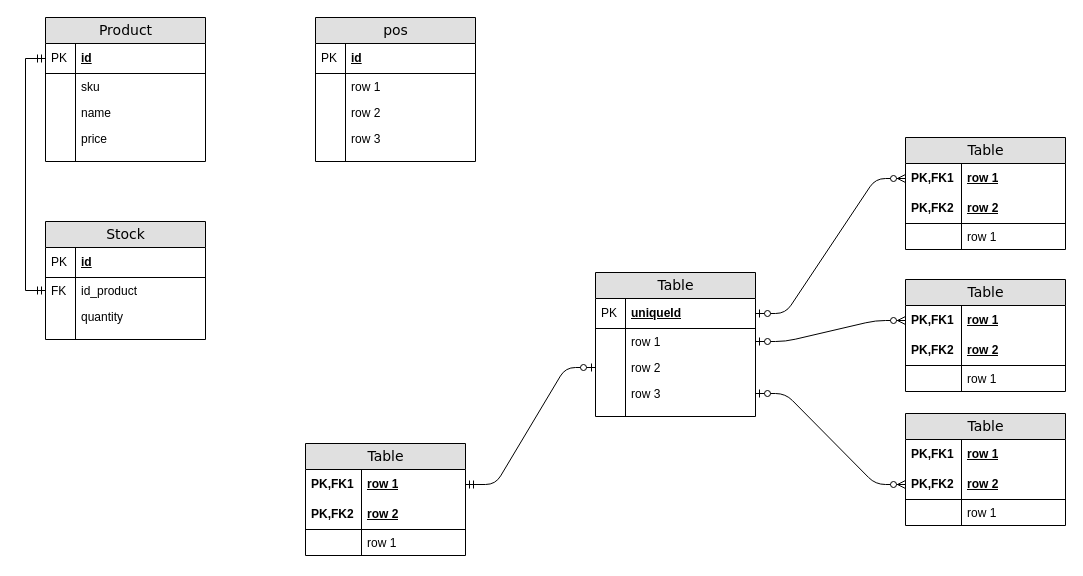
yogiprsetya/app.diagrams.net keeps this draw.io diagram as UMKM-toolkit.drawio. Above is the earlier version. Source tidied: cells renumbered, new cells numbered last; positions are measured from the earlier drawing's top-left corner, leaving out a move shared by most shapes. Both pictures are drawn from the tidied source at 100%, with x=0, y=0 at pixel (45, 17).
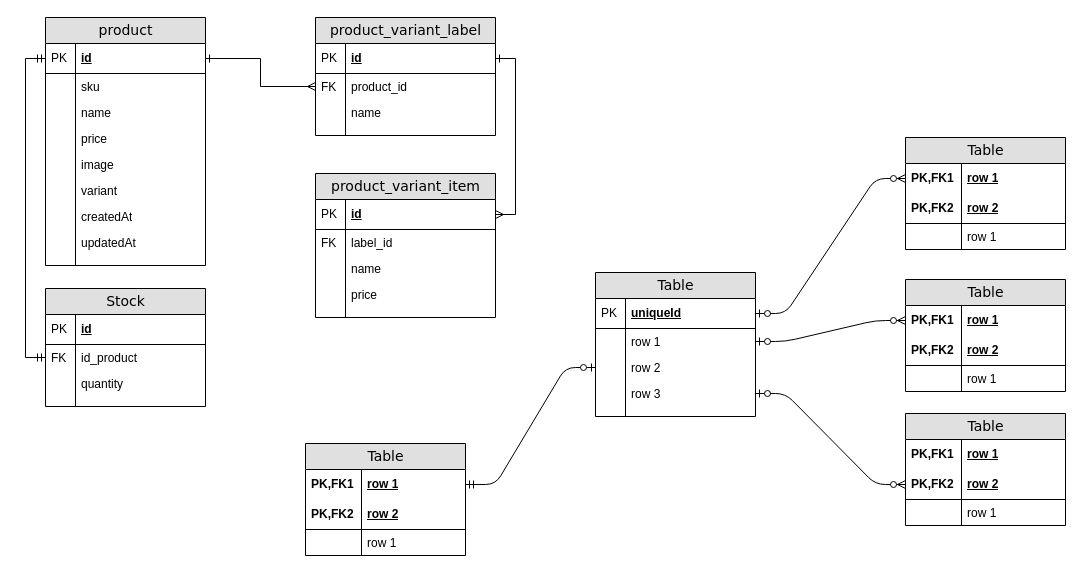
The same page after the edit.

Unchanged cells that the change refers to:
```xml
<mxCell id="14" value="id" style="shape=partialRectangle;top=0;left=0;right=0;bottom=1;html=1;align=left;verticalAlign=middle;fillColor=none;spacingLeft=34;spacingRight=4;whiteSpace=wrap;overflow=hidden;points=[[0,0.5],[1,0.5]];portConstraint=eastwest;fontStyle=5;" parent="13" vertex="1">
  <mxGeometry y="26" width="160" height="30" as="geometry" />
</mxCell>
```

Diff of the diagram source:
```diff
@@
-    <mxCell id="2" value="pos" style="swimlane;html=1;fontStyle=0;horizontal=1;startSize=26;fillColor=#e0e0e0;swimlaneFillColor=#ffffff;align=center;rounded=0;shadow=0;comic=0;labelBackgroundColor=none;strokeWidth=1;fontFamily=Verdana;fontSize=14;swimlaneLine=1;" parent="1" vertex="1">
-      <mxGeometry x="270" width="160" height="144" as="geometry" />
+    <mxCell id="2" value="product_variant_label" style="swimlane;html=1;fontStyle=0;horizontal=1;startSize=26;fillColor=#e0e0e0;swimlaneFillColor=#ffffff;align=center;rounded=0;shadow=0;comic=0;labelBackgroundColor=none;strokeWidth=1;fontFamily=Verdana;fontSize=14;swimlaneLine=1;" parent="1" vertex="1">
+      <mxGeometry x="270" width="180" height="118" as="geometry" />
     </mxCell>
     <mxCell id="3" value="id" style="shape=partialRectangle;top=0;left=0;right=0;bottom=1;html=1;align=left;verticalAlign=middle;fillColor=none;spacingLeft=34;spacingRight=4;whiteSpace=wrap;overflow=hidden;points=[[0,0.5],[1,0.5]];portConstraint=eastwest;fontStyle=5;" parent="2" vertex="1">
-      <mxGeometry y="26" width="160" height="30" as="geometry" />
+      <mxGeometry y="26" width="180" height="30" as="geometry" />
     </mxCell>
@@
-    <mxCell id="5" value="row 1" style="shape=partialRectangle;top=0;left=0;right=0;bottom=0;html=1;align=left;verticalAlign=top;fillColor=none;spacingLeft=34;spacingRight=4;whiteSpace=wrap;overflow=hidden;points=[[0,0.5],[1,0.5]];portConstraint=eastwest;" parent="2" vertex="1">
-      <mxGeometry y="56" width="160" height="26" as="geometry" />
+    <mxCell id="5" value="product_id " style="shape=partialRectangle;top=0;left=0;right=0;bottom=0;html=1;align=left;verticalAlign=top;fillColor=none;spacingLeft=34;spacingRight=4;whiteSpace=wrap;overflow=hidden;points=[[0,0.5],[1,0.5]];portConstraint=eastwest;" parent="2" vertex="1">
+      <mxGeometry y="56" width="180" height="26" as="geometry" />
     </mxCell>
-    <mxCell id="6" style="shape=partialRectangle;top=0;left=0;bottom=0;html=1;fillColor=none;align=left;verticalAlign=top;spacingLeft=4;spacingRight=4;whiteSpace=wrap;overflow=hidden;" parent="5" vertex="1">
+    <mxCell id="6" value="FK" style="shape=partialRectangle;top=0;left=0;bottom=0;html=1;fillColor=none;align=left;verticalAlign=top;spacingLeft=4;spacingRight=4;whiteSpace=wrap;overflow=hidden;" parent="5" vertex="1">
       <mxGeometry width="30" height="26" as="geometry" />
     </mxCell>
-    <mxCell id="7" value="row 2" style="shape=partialRectangle;top=0;left=0;right=0;bottom=0;html=1;align=left;verticalAlign=top;fillColor=none;spacingLeft=34;spacingRight=4;whiteSpace=wrap;overflow=hidden;" parent="2" vertex="1">
-      <mxGeometry y="82" width="160" height="26" as="geometry" />
+    <mxCell id="7" value="name" style="shape=partialRectangle;top=0;left=0;right=0;bottom=0;html=1;align=left;verticalAlign=top;fillColor=none;spacingLeft=34;spacingRight=4;whiteSpace=wrap;overflow=hidden;" parent="2" vertex="1">
+      <mxGeometry y="82" width="180" height="26" as="geometry" />
     </mxCell>
@@
-    <mxCell id="9" value="row 3" style="shape=partialRectangle;top=0;left=0;right=0;bottom=0;html=1;align=left;verticalAlign=top;fillColor=none;spacingLeft=34;spacingRight=4;whiteSpace=wrap;overflow=hidden;" parent="2" vertex="1">
-      <mxGeometry y="108" width="160" height="26" as="geometry" />
-    </mxCell>
-    <mxCell id="10" style="shape=partialRectangle;top=0;left=0;bottom=0;html=1;fillColor=none;align=left;verticalAlign=top;spacingLeft=4;spacingRight=4;whiteSpace=wrap;overflow=hidden;" parent="9" vertex="1">
-      <mxGeometry width="30" height="26" as="geometry" />
-    </mxCell>
     <mxCell id="11" style="shape=partialRectangle;top=0;left=0;right=0;bottom=0;html=1;align=left;verticalAlign=top;fillColor=none;spacingLeft=34;spacingRight=4;whiteSpace=wrap;overflow=hidden;" parent="2" vertex="1">
-      <mxGeometry y="134" width="160" height="10" as="geometry" />
+      <mxGeometry y="108" width="180" height="10" as="geometry" />
     </mxCell>
@@
-    <mxCell id="13" value="Product" style="swimlane;html=1;fontStyle=0;horizontal=1;startSize=26;fillColor=#e0e0e0;swimlaneFillColor=#ffffff;align=center;rounded=0;shadow=0;comic=0;labelBackgroundColor=none;strokeWidth=1;fontFamily=Verdana;fontSize=14;" parent="1" vertex="1">
-      <mxGeometry width="160" height="144" as="geometry" />
+    <mxCell id="13" value="product" style="swimlane;html=1;fontStyle=0;horizontal=1;startSize=26;fillColor=#e0e0e0;swimlaneFillColor=#ffffff;align=center;rounded=0;shadow=0;comic=0;labelBackgroundColor=none;strokeWidth=1;fontFamily=Verdana;fontSize=14;" parent="1" vertex="1">
+      <mxGeometry width="160" height="248" as="geometry" />
     </mxCell>
@@
+    <mxCell id="77" value="image" style="shape=partialRectangle;top=0;left=0;right=0;bottom=0;html=1;align=left;verticalAlign=top;fillColor=none;spacingLeft=34;spacingRight=4;whiteSpace=wrap;overflow=hidden;" parent="13" vertex="1">
+      <mxGeometry y="134" width="160" height="26" as="geometry" />
+    </mxCell>
+    <mxCell id="78" style="shape=partialRectangle;top=0;left=0;bottom=0;html=1;fillColor=none;align=left;verticalAlign=top;spacingLeft=4;spacingRight=4;whiteSpace=wrap;overflow=hidden;" parent="77" vertex="1">
+      <mxGeometry width="30" height="26" as="geometry" />
+    </mxCell>
+    <mxCell id="79" value="variant" style="shape=partialRectangle;top=0;left=0;right=0;bottom=0;html=1;align=left;verticalAlign=top;fillColor=none;spacingLeft=34;spacingRight=4;whiteSpace=wrap;overflow=hidden;" parent="13" vertex="1">
+      <mxGeometry y="160" width="160" height="26" as="geometry" />
+    </mxCell>
+    <mxCell id="80" style="shape=partialRectangle;top=0;left=0;bottom=0;html=1;fillColor=none;align=left;verticalAlign=top;spacingLeft=4;spacingRight=4;whiteSpace=wrap;overflow=hidden;" parent="79" vertex="1">
+      <mxGeometry width="30" height="26" as="geometry" />
+    </mxCell>
+    <mxCell id="81" value="createdAt" style="shape=partialRectangle;top=0;left=0;right=0;bottom=0;html=1;align=left;verticalAlign=top;fillColor=none;spacingLeft=34;spacingRight=4;whiteSpace=wrap;overflow=hidden;" parent="13" vertex="1">
+      <mxGeometry y="186" width="160" height="26" as="geometry" />
+    </mxCell>
+    <mxCell id="82" style="shape=partialRectangle;top=0;left=0;bottom=0;html=1;fillColor=none;align=left;verticalAlign=top;spacingLeft=4;spacingRight=4;whiteSpace=wrap;overflow=hidden;" parent="81" vertex="1">
+      <mxGeometry width="30" height="26" as="geometry" />
+    </mxCell>
+    <mxCell id="83" value="updatedAt" style="shape=partialRectangle;top=0;left=0;right=0;bottom=0;html=1;align=left;verticalAlign=top;fillColor=none;spacingLeft=34;spacingRight=4;whiteSpace=wrap;overflow=hidden;" parent="13" vertex="1">
+      <mxGeometry y="212" width="160" height="26" as="geometry" />
+    </mxCell>
+    <mxCell id="84" style="shape=partialRectangle;top=0;left=0;bottom=0;html=1;fillColor=none;align=left;verticalAlign=top;spacingLeft=4;spacingRight=4;whiteSpace=wrap;overflow=hidden;" parent="83" vertex="1">
+      <mxGeometry width="30" height="26" as="geometry" />
+    </mxCell>
     <mxCell id="22" style="shape=partialRectangle;top=0;left=0;right=0;bottom=0;html=1;align=left;verticalAlign=top;fillColor=none;spacingLeft=34;spacingRight=4;whiteSpace=wrap;overflow=hidden;" parent="13" vertex="1">
-      <mxGeometry y="134" width="160" height="10" as="geometry" />
+      <mxGeometry y="238" width="160" height="10" as="geometry" />
     </mxCell>
@@
     <mxCell id="67" value="Stock" style="swimlane;html=1;fontStyle=0;horizontal=1;startSize=26;fillColor=#e0e0e0;swimlaneFillColor=#ffffff;align=center;rounded=0;shadow=0;comic=0;labelBackgroundColor=none;strokeWidth=1;fontFamily=Verdana;fontSize=14;" parent="1" vertex="1">
-      <mxGeometry y="204" width="160" height="118" as="geometry" />
+      <mxGeometry y="271" width="160" height="118" as="geometry" />
     </mxCell>
@@
+    <mxCell id="85" value="product_variant_item" style="swimlane;html=1;fontStyle=0;horizontal=1;startSize=26;fillColor=#e0e0e0;swimlaneFillColor=#ffffff;align=center;rounded=0;shadow=0;comic=0;labelBackgroundColor=none;strokeWidth=1;fontFamily=Verdana;fontSize=14;swimlaneLine=1;" parent="1" vertex="1">
+      <mxGeometry x="270" y="156" width="180" height="144" as="geometry" />
+    </mxCell>
+    <mxCell id="86" value="id" style="shape=partialRectangle;top=0;left=0;right=0;bottom=1;html=1;align=left;verticalAlign=middle;fillColor=none;spacingLeft=34;spacingRight=4;whiteSpace=wrap;overflow=hidden;points=[[0,0.5],[1,0.5]];portConstraint=eastwest;fontStyle=5;" parent="85" vertex="1">
+      <mxGeometry y="26" width="180" height="30" as="geometry" />
+    </mxCell>
+    <mxCell id="87" value="PK" style="shape=partialRectangle;top=0;left=0;bottom=0;html=1;fillColor=none;align=left;verticalAlign=middle;spacingLeft=4;spacingRight=4;whiteSpace=wrap;overflow=hidden;" parent="86" vertex="1">
+      <mxGeometry width="30" height="30" as="geometry" />
+    </mxCell>
+    <mxCell id="88" value="label_id" style="shape=partialRectangle;top=0;left=0;right=0;bottom=0;html=1;align=left;verticalAlign=top;fillColor=none;spacingLeft=34;spacingRight=4;whiteSpace=wrap;overflow=hidden;" parent="85" vertex="1">
+      <mxGeometry y="56" width="180" height="26" as="geometry" />
+    </mxCell>
+    <mxCell id="89" value="FK" style="shape=partialRectangle;top=0;left=0;bottom=0;html=1;fillColor=none;align=left;verticalAlign=top;spacingLeft=4;spacingRight=4;whiteSpace=wrap;overflow=hidden;" parent="88" vertex="1">
+      <mxGeometry width="30" height="26" as="geometry" />
+    </mxCell>
+    <mxCell id="90" value="name" style="shape=partialRectangle;top=0;left=0;right=0;bottom=0;html=1;align=left;verticalAlign=top;fillColor=none;spacingLeft=34;spacingRight=4;whiteSpace=wrap;overflow=hidden;" parent="85" vertex="1">
+      <mxGeometry y="82" width="180" height="26" as="geometry" />
+    </mxCell>
+    <mxCell id="91" style="shape=partialRectangle;top=0;left=0;bottom=0;html=1;fillColor=none;align=left;verticalAlign=top;spacingLeft=4;spacingRight=4;whiteSpace=wrap;overflow=hidden;" parent="90" vertex="1">
+      <mxGeometry width="30" height="26" as="geometry" />
+    </mxCell>
+    <mxCell id="92" value="price" style="shape=partialRectangle;top=0;left=0;right=0;bottom=0;html=1;align=left;verticalAlign=top;fillColor=none;spacingLeft=34;spacingRight=4;whiteSpace=wrap;overflow=hidden;" parent="85" vertex="1">
+      <mxGeometry y="108" width="180" height="26" as="geometry" />
+    </mxCell>
+    <mxCell id="93" style="shape=partialRectangle;top=0;left=0;bottom=0;html=1;fillColor=none;align=left;verticalAlign=top;spacingLeft=4;spacingRight=4;whiteSpace=wrap;overflow=hidden;" parent="92" vertex="1">
+      <mxGeometry width="30" height="26" as="geometry" />
+    </mxCell>
+    <mxCell id="94" style="shape=partialRectangle;top=0;left=0;right=0;bottom=0;html=1;align=left;verticalAlign=top;fillColor=none;spacingLeft=34;spacingRight=4;whiteSpace=wrap;overflow=hidden;" parent="85" vertex="1">
+      <mxGeometry y="134" width="180" height="10" as="geometry" />
+    </mxCell>
+    <mxCell id="95" style="shape=partialRectangle;top=0;left=0;bottom=0;html=1;fillColor=none;align=left;verticalAlign=top;spacingLeft=4;spacingRight=4;whiteSpace=wrap;overflow=hidden;" parent="94" vertex="1">
+      <mxGeometry width="30" height="10" as="geometry" />
+    </mxCell>
+    <mxCell id="96" style="edgeStyle=orthogonalEdgeStyle;rounded=0;jettySize=auto;html=1;entryX=1;entryY=0.5;entryDx=0;entryDy=0;endArrow=ERone;endFill=0;strokeColor=none;" parent="1" edge="1" source="5" target="14">
+      <mxGeometry relative="1" as="geometry" />
+    </mxCell>
+    <mxCell id="97" style="edgeStyle=orthogonalEdgeStyle;rounded=0;jettySize=auto;html=1;endArrow=ERone;endFill=0;startArrow=ERmany;startFill=0;" parent="1" edge="1" source="5" target="14">
+      <mxGeometry relative="1" as="geometry" />
+    </mxCell>
+    <mxCell id="98" style="edgeStyle=orthogonalEdgeStyle;rounded=0;jettySize=auto;html=1;entryX=1;entryY=0.5;entryDx=0;entryDy=0;endArrow=ERone;endFill=0;startArrow=ERmany;startFill=0;" parent="1" edge="1" source="86" target="3">
+      <mxGeometry relative="1" as="geometry">
+        <Array as="points">
+          <mxPoint x="470" y="197" />
+          <mxPoint x="470" y="41" />
+        </Array>
+      </mxGeometry>
+    </mxCell>
```
